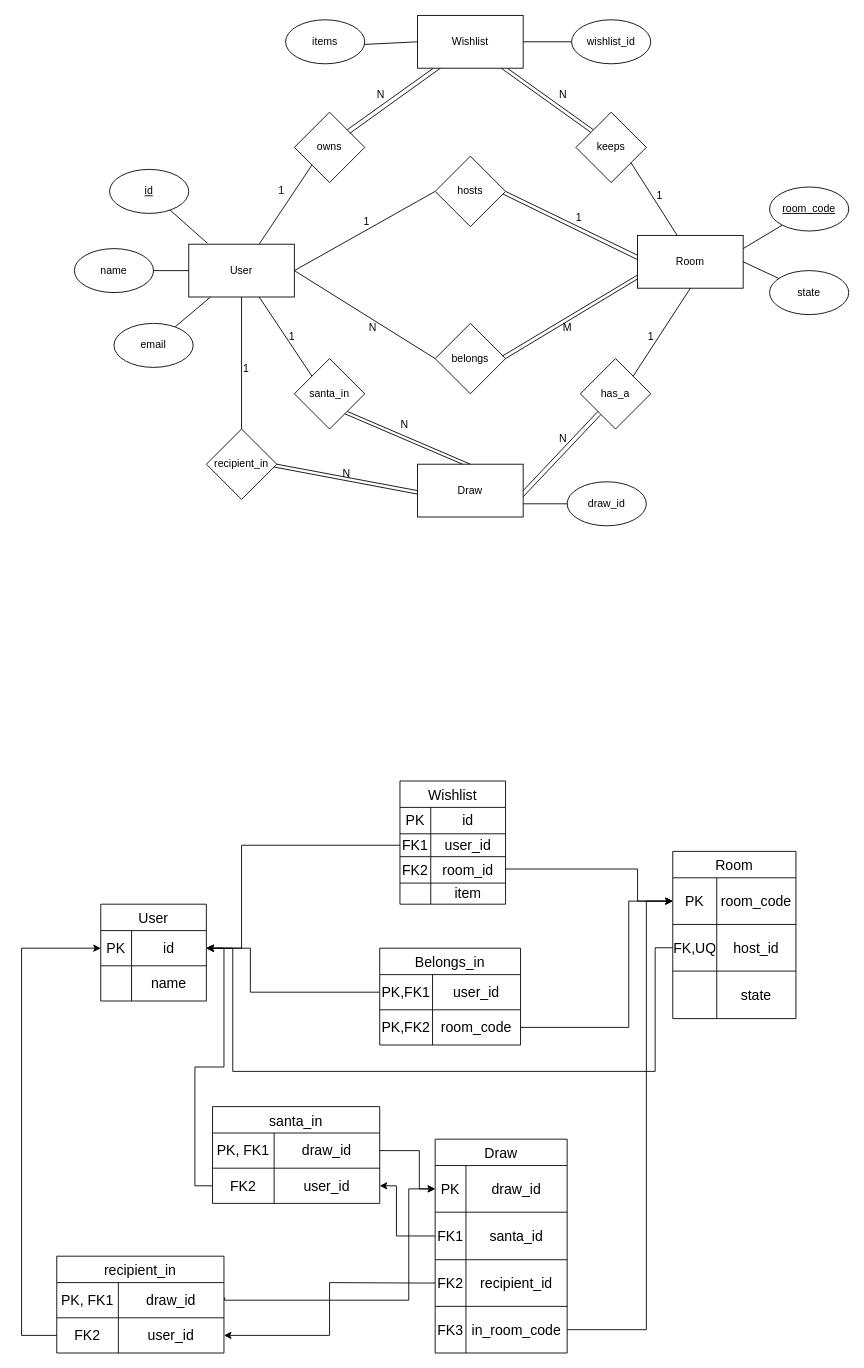
Before: project secret santa/erd w_ erm (5).drawio.xml in SuchWowEl/ssis, a draw.io diagram. Source tidied: cells renumbered, new cells numbered last; positions are measured from the earlier drawing's top-left corner, leaving out a move shared by most shapes. Both pictures are drawn from the tidied source at 88%, with x=0, y=0 at pixel (21, 15).
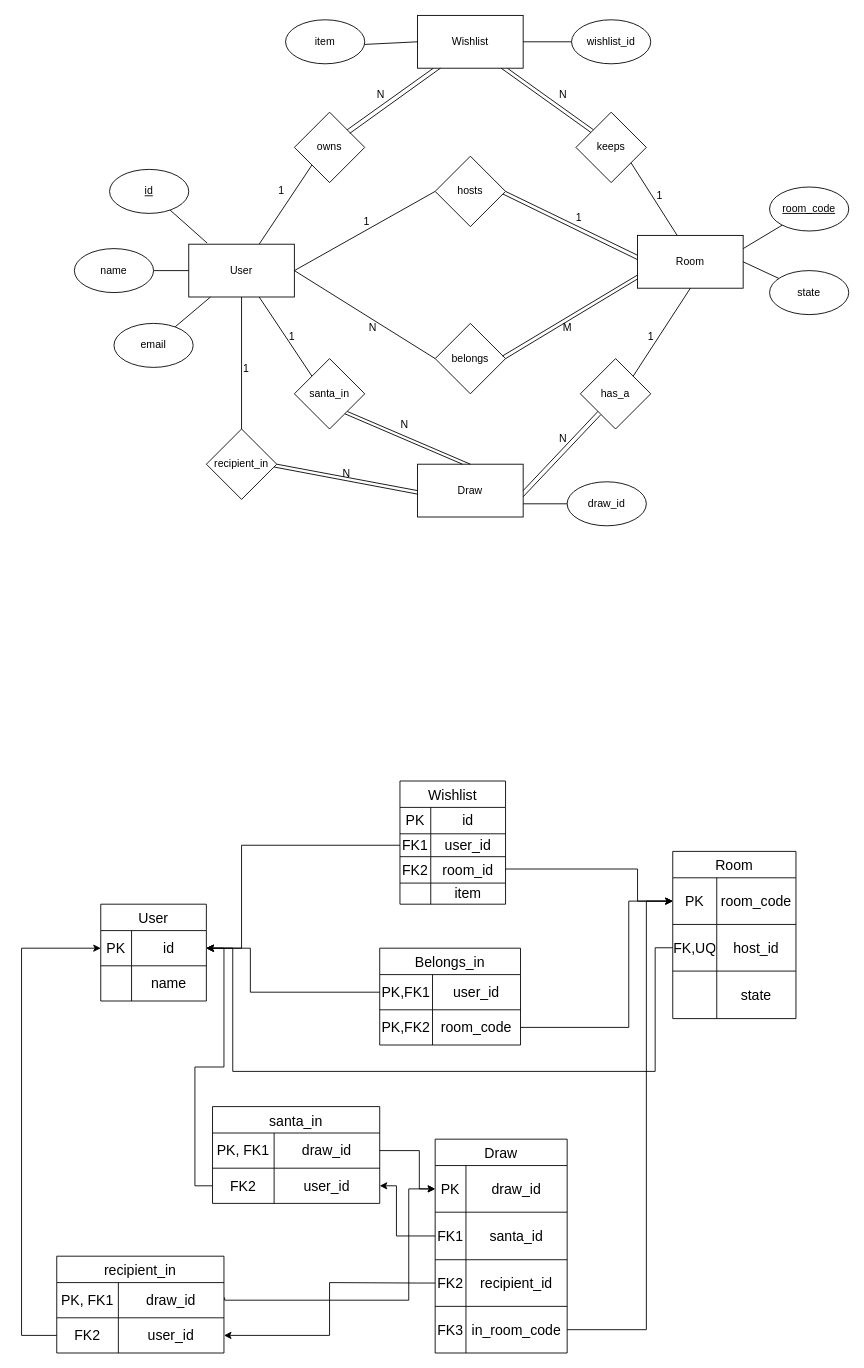
Above is the later version.

Commit message:
wishlist -> items

Change to the diagram source:
```diff
@@
-    <mxCell id="58" value="items" style="ellipse;whiteSpace=wrap;html=1;" parent="1" vertex="1">
+    <mxCell id="58" value="item" style="ellipse;whiteSpace=wrap;html=1;" parent="1" vertex="1">
       <mxGeometry x="300" y="5" width="90" height="50" as="geometry" />
     </mxCell>
```
